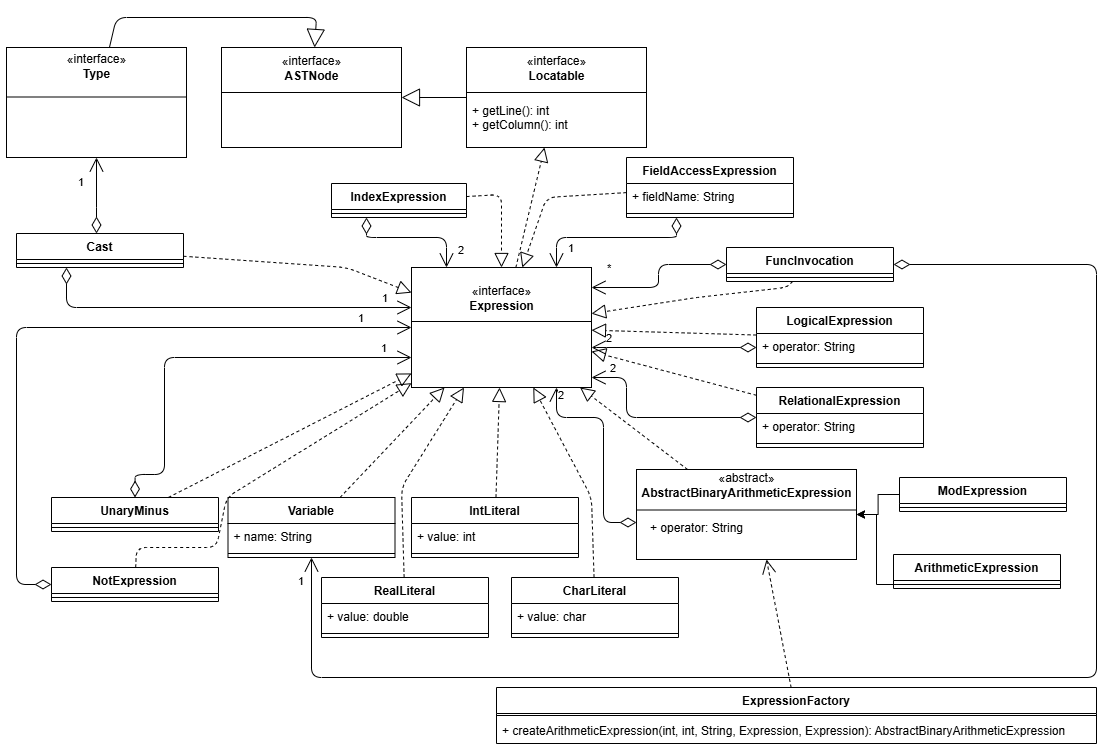
The draw.io diagram diagrams/expressions.png in orvizz/dlp_cminus_repo, before a commit. Source tidied: cells renumbered, new cells last; positions are measured from the earlier drawing's top-left corner, leaving out a move shared by most shapes.
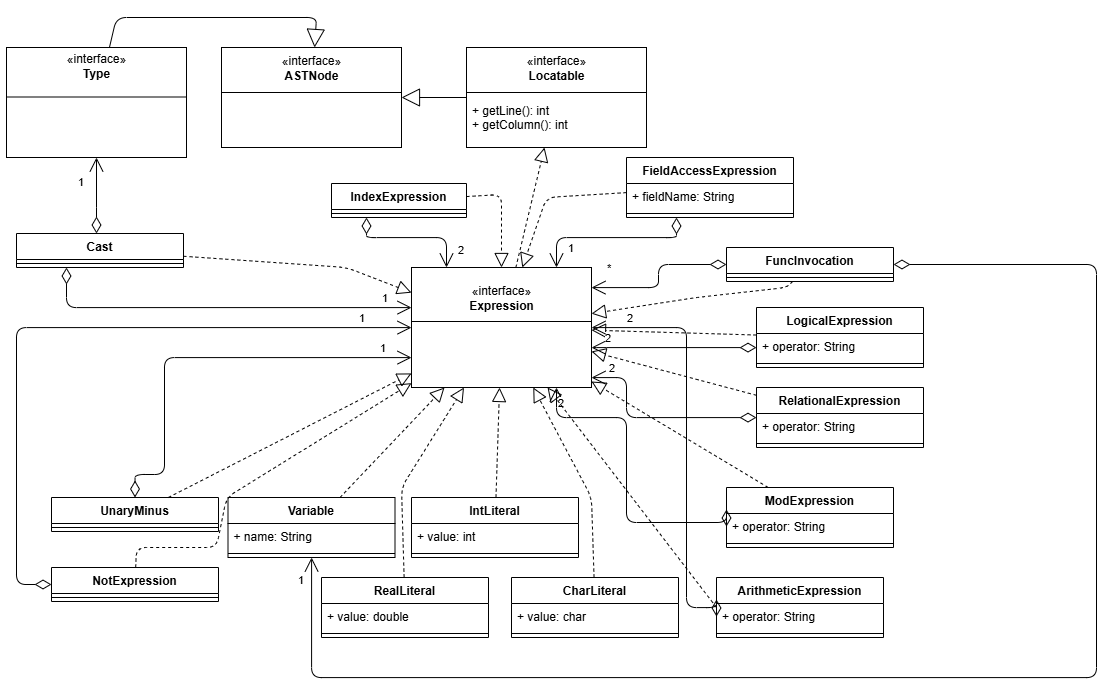
The same file after the commit.

What changed in the source:
```diff
@@ -20,19 +20,14 @@
     <mxCell id="7" style="line;strokeWidth=1;fillColor=none;align=left;verticalAlign=middle;spacingTop=-1;spacingLeft=3;spacingRight=3;labelPosition=right;" parent="5" vertex="1">
       <mxGeometry y="52" width="167" height="8" as="geometry" />
     </mxCell>
-    <mxCell id="8" style="edgeStyle=orthogonalEdgeStyle;rounded=0;jettySize=auto;html=1;" parent="1" edge="1" source="9" target="88">
-      <mxGeometry relative="1" as="geometry">
-        <Array as="points">
-          <mxPoint x="870" y="567" />
-          <mxPoint x="870" y="497" />
-        </Array>
-      </mxGeometry>
-    </mxCell>
     <mxCell id="9" value="ArithmeticExpression" style="swimlane;fontStyle=1;align=center;verticalAlign=top;horizontal=1;startSize=26;" parent="1" vertex="1">
-      <mxGeometry x="887" y="537" width="167" height="34" as="geometry" />
+      <mxGeometry x="710" y="560" width="167" height="60" as="geometry" />
     </mxCell>
+    <mxCell id="92" value="+ operator: String" style="text;strokeColor=none;fillColor=none;align=left;verticalAlign=top;spacingLeft=4;spacingRight=4;overflow=hidden;points=[[0,0.5],[1,0.5]];portConstraint=eastwest;" parent="9" vertex="1">
+      <mxGeometry y="26" width="167" height="26" as="geometry" />
+    </mxCell>
     <mxCell id="10" style="line;strokeWidth=1;fillColor=none;align=left;verticalAlign=middle;spacingTop=-1;spacingLeft=3;spacingRight=3;labelPosition=right;" parent="9" vertex="1">
-      <mxGeometry y="26" width="167" height="8" as="geometry" />
+      <mxGeometry y="52" width="167" height="8" as="geometry" />
     </mxCell>
     <mxCell id="11" style="group;" parent="1" vertex="1">
       <mxGeometry x="405" y="250" width="180" height="120" as="geometry" />
@@ -322,58 +317,39 @@
         </Array>
       </mxGeometry>
     </mxCell>
-    <mxCell id="78" style="edgeStyle=orthogonalEdgeStyle;rounded=0;jettySize=auto;html=1;" parent="1" edge="1" source="79" target="88">
-      <mxGeometry relative="1" as="geometry" />
-    </mxCell>
     <mxCell id="79" value="ModExpression" style="swimlane;fontStyle=1;align=center;verticalAlign=top;horizontal=1;startSize=26;" parent="1" vertex="1">
-      <mxGeometry x="893" y="460" width="167" height="34" as="geometry" />
+      <mxGeometry x="720" y="470" width="167" height="60" as="geometry" />
     </mxCell>
+    <mxCell id="93" value="+ operator: String" style="text;strokeColor=none;fillColor=none;align=left;verticalAlign=top;spacingLeft=4;spacingRight=4;overflow=hidden;points=[[0,0.5],[1,0.5]];portConstraint=eastwest;" parent="79" vertex="1">
+      <mxGeometry y="26" width="167" height="26" as="geometry" />
+    </mxCell>
     <mxCell id="80" style="line;strokeWidth=1;fillColor=none;align=left;verticalAlign=middle;spacingTop=-1;spacingLeft=3;spacingRight=3;labelPosition=right;" parent="79" vertex="1">
-      <mxGeometry y="26" width="167" height="8" as="geometry" />
+      <mxGeometry y="52" width="167" height="8" as="geometry" />
     </mxCell>
-    <mxCell id="81" value="2" style="endArrow=open;html=1;endSize=12;startArrow=diamondThin;startSize=14;startFill=0;edgeStyle=orthogonalEdgeStyle;align=left;verticalAlign=bottom;" parent="1" edge="1" source="88" target="13">
+    <mxCell id="81" value="2" style="endArrow=open;html=1;endSize=12;startArrow=diamondThin;startSize=14;startFill=0;edgeStyle=orthogonalEdgeStyle;align=left;verticalAlign=bottom;exitX=0;exitY=0.5;exitDx=0;exitDy=0;" parent="1" edge="1" source="93" target="13">
       <mxGeometry x="0.84" relative="1" as="geometry">
         <Array as="points">
-          <mxPoint x="597" y="505" />
-          <mxPoint x="597" y="400" />
+          <mxPoint x="720" y="505" />
+          <mxPoint x="620" y="505" />
+          <mxPoint x="620" y="400" />
           <mxPoint x="550" y="400" />
         </Array>
       </mxGeometry>
     </mxCell>
-    <mxCell id="82" style="endArrow=block;dashed=1;endFill=0;endSize=12;html=1;" parent="1" edge="1" source="88" target="13">
+    <mxCell id="82" style="endArrow=block;dashed=1;endFill=0;endSize=12;html=1;exitX=0.25;exitY=0;exitDx=0;exitDy=0;" parent="1" edge="1" source="79" target="13">
       <mxGeometry relative="1" as="geometry" />
     </mxCell>
-    <mxCell id="83" value="ExpressionFactory" style="swimlane;fontStyle=1;align=center;verticalAlign=top;horizontal=1;startSize=26;" parent="1" vertex="1">
-      <mxGeometry x="490" y="670" width="600" height="56" as="geometry" />
-    </mxCell>
-    <mxCell id="84" style="line;strokeWidth=1;fillColor=none;align=left;verticalAlign=middle;spacingTop=-1;spacingLeft=3;spacingRight=3;labelPosition=right;" parent="83" vertex="1">
-      <mxGeometry y="26" width="600" height="4" as="geometry" />
-    </mxCell>
-    <mxCell id="85" value="+ createArithmeticExpression(int, int, String, Expression, Expression): AbstractBinaryArithmeticExpression" style="text;strokeColor=none;fillColor=none;align=left;verticalAlign=top;spacingLeft=4;spacingRight=4;overflow=hidden;" parent="83" vertex="1">
-      <mxGeometry y="30" width="600" height="26" as="geometry" />
-    </mxCell>
-    <mxCell id="86" style="group;" parent="1" vertex="1">
-      <mxGeometry x="630" y="452" width="220" height="90" as="geometry" />
-    </mxCell>
-    <mxCell id="87" value="+ method(type): type" style="text;strokeColor=none;fillColor=none;align=left;verticalAlign=top;spacingLeft=4;spacingRight=4;overflow=hidden;" parent="86" vertex="1">
-      <mxGeometry y="45" width="220" height="37.5" as="geometry" />
-    </mxCell>
-    <mxCell id="88" value="&lt;div&gt;«abstract»&lt;b&gt;&lt;br&gt;&lt;/b&gt;&lt;/div&gt;&lt;div&gt;&lt;b&gt;AbstractBinaryArithmeticExpression&lt;/b&gt;&lt;/div&gt;&lt;div&gt;&lt;b&gt;&lt;br&gt;&lt;br&gt;&lt;br&gt;&lt;br&gt;&lt;/b&gt;&lt;/div&gt;" style="html=1;" parent="86" vertex="1">
-      <mxGeometry width="220" height="90" as="geometry" />
-    </mxCell>
-    <mxCell id="89" style="line;strokeWidth=1;fillColor=none;align=left;verticalAlign=middle;spacingTop=-1;spacingLeft=3;spacingRight=3;labelPosition=right;" parent="86" vertex="1">
-      <mxGeometry y="37.5" width="220" height="6" as="geometry" />
-    </mxCell>
-    <mxCell id="90" value="+ operator: String" style="text;strokeColor=none;fillColor=none;align=left;verticalAlign=top;spacingLeft=4;spacingRight=4;overflow=hidden;" parent="86" vertex="1">
-      <mxGeometry x="7.9" y="45" width="204.1" height="19.5" as="geometry" />
-    </mxCell>
-    <mxCell id="91" style="endArrow=open;endFill=1;endSize=12;html=1;dashed=1;" parent="1" edge="1" source="83">
-      <mxGeometry relative="1" as="geometry">
-        <mxPoint x="760" y="542" as="targetPoint" />
-        <Array as="points">
-          <mxPoint x="760" y="542" />
-        </Array>
-      </mxGeometry>
-    </mxCell>
+    <mxCell id="94" style="endArrow=block;dashed=1;endFill=0;endSize=12;html=1;exitX=0;exitY=0.5;exitDx=0;exitDy=0;" parent="1" edge="1" source="9" target="13">
+      <mxGeometry relative="1" as="geometry" />
+    </mxCell>
+    <mxCell id="95" value="2" style="endArrow=open;html=1;endSize=12;startArrow=diamondThin;startSize=14;startFill=0;edgeStyle=orthogonalEdgeStyle;align=left;verticalAlign=bottom;exitX=0;exitY=0.5;exitDx=0;exitDy=0;" parent="1" edge="1" source="92" target="13">
+      <mxGeometry x="0.84" relative="1" as="geometry">
+        <Array as="points">
+          <mxPoint x="710" y="590" />
+          <mxPoint x="680" y="590" />
+          <mxPoint x="680" y="310" />
+        </Array>
+      </mxGeometry>
+    </mxCell>
   </root>
 </mxGraphModel>
```
